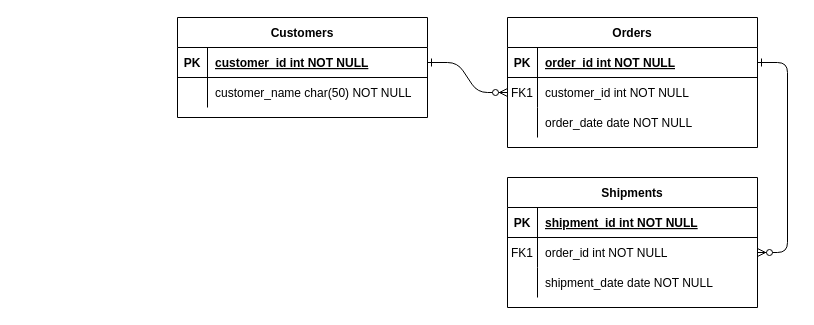
Earlier version of the draw.io diagram prueba1.drawio (melxtear/prueba_Base_de_Datos). Source tidied: cells renumbered, new cells numbered last; positions are measured from the earlier drawing's top-left corner, leaving out a move shared by most shapes. Both pictures are drawn from the tidied source at 100%, with x=0, y=0 at pixel (177, 17).
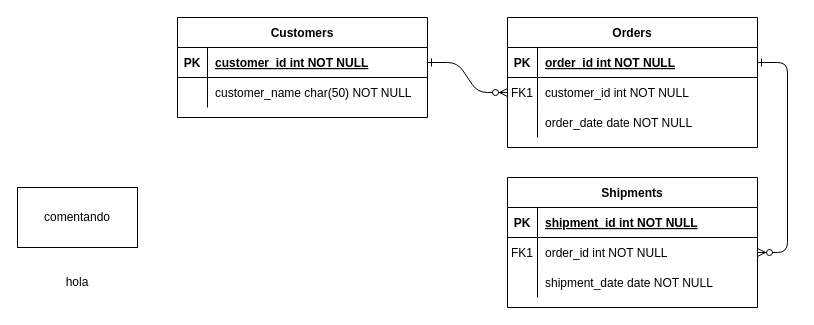
Above is the later version.

Change to the diagram source:
```diff
@@
+    <mxCell id="31" value="hola" style="text;strokeColor=none;align=center;fillColor=none;html=1;verticalAlign=middle;whiteSpace=wrap;rounded=0;" parent="1" vertex="1">
+      <mxGeometry x="-130" y="250" width="60" height="30" as="geometry" />
+    </mxCell>
+    <mxCell id="32" value="comentando" style="whiteSpace=wrap;html=1;" parent="1" vertex="1">
+      <mxGeometry x="-160" y="170" width="120" height="60" as="geometry" />
+    </mxCell>
```
